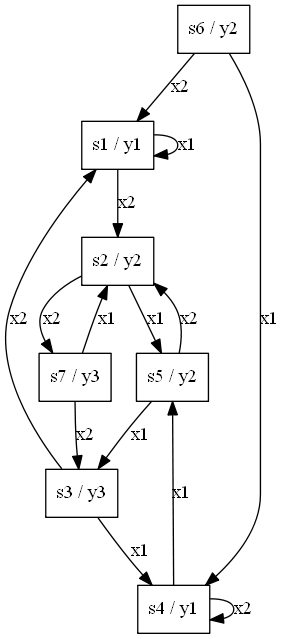
iandreyshev/AutomataTheory keeps this Graphviz diagram as Automata/minimized_machine.png. Above is the earlier version. Its source is kept beside it as Automata/minimized_machine.dot.
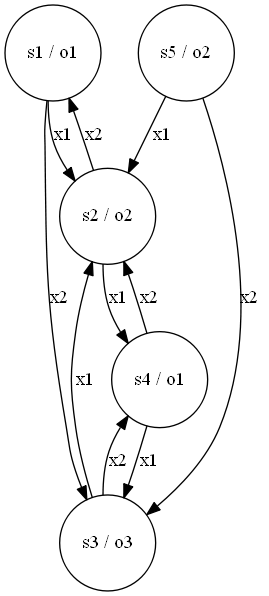
The same file after the commit.

What changed in the source:
```diff
@@ -1,23 +1,17 @@
 digraph G{
-1 [shape="box"label="s1 / y1"];
-1->1 [label="x1 "];
-1->2 [label="x2 "];
-2 [shape="box"label="s2 / y2"];
-2->5 [label="x1 "];
-2->7 [label="x2 "];
-3 [shape="box"label="s3 / y3"];
-3->4 [label="x1 "];
-3->1 [label="x2 "];
-4 [shape="box"label="s4 / y1"];
-4->5 [label="x1 "];
-4->4 [label="x2 "];
-5 [shape="box"label="s5 / y2"];
-5->3 [label="x1 "];
-5->2 [label="x2 "];
-6 [shape="box"label="s6 / y2"];
-6->4 [label="x1 "];
-6->1 [label="x2 "];
-7 [shape="box"label="s7 / y3"];
-7->2 [label="x1 "];
-7->3 [label="x2 "];
+1 [shape="circle"label="s1 / o1"];
+1->2 [label="x1 "];
+1->3 [label="x2 "];
+2 [shape="circle"label="s2 / o2"];
+2->4 [label="x1 "];
+2->1 [label="x2 "];
+3 [shape="circle"label="s3 / o3"];
+3->2 [label="x1 "];
+3->4 [label="x2 "];
+4 [shape="circle"label="s4 / o1"];
+4->3 [label="x1 "];
+4->2 [label="x2 "];
+5 [shape="circle"label="s5 / o2"];
+5->2 [label="x1 "];
+5->3 [label="x2 "];
 }
```
